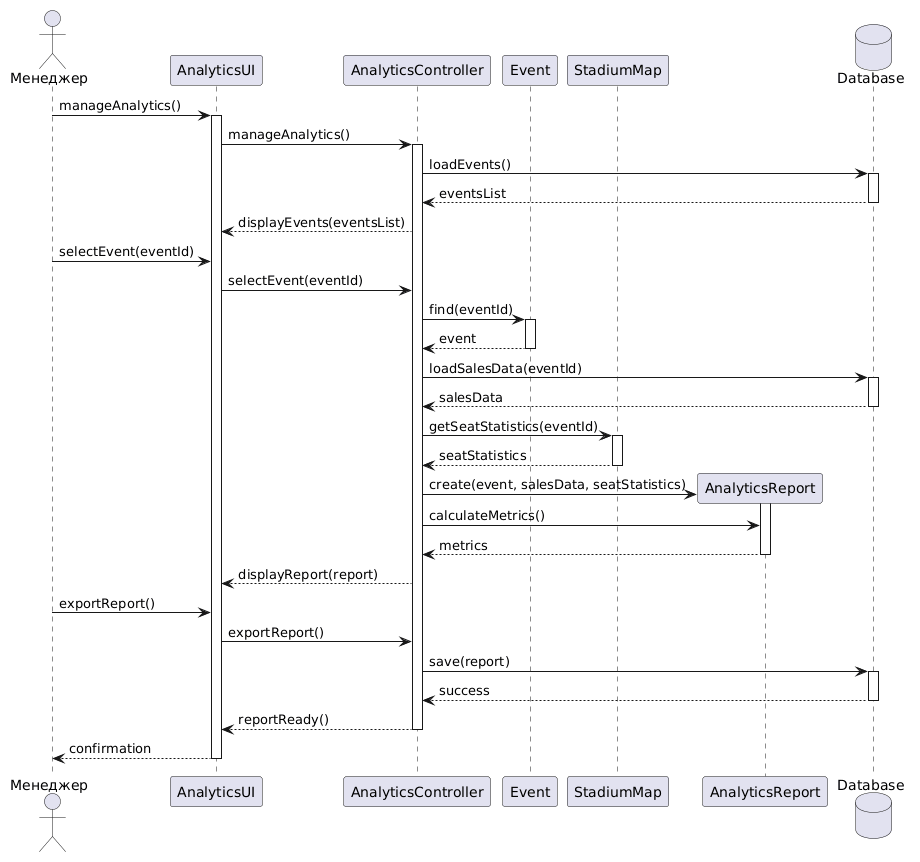
Earlier version of the PlantUML export source/diagram4.png (penamarth/bsbo-11-24_team5_var10_football).
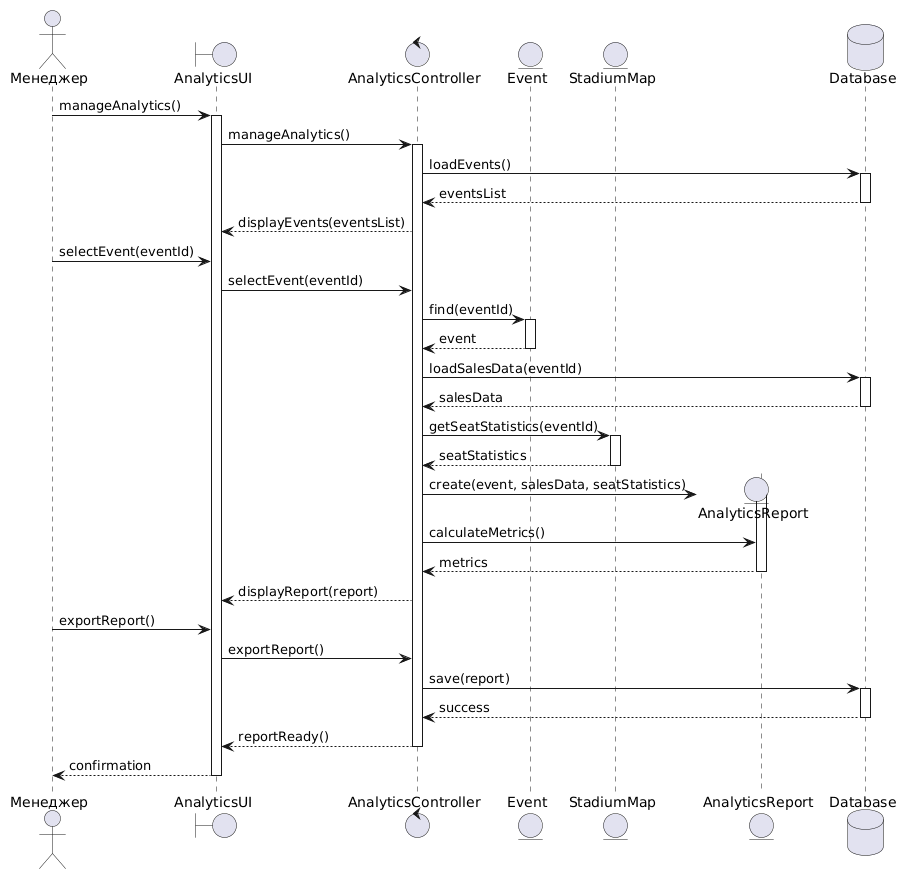
Above is the later version.

Commit message:
Выделил уровень UI в диаграмме аналитики (boundary/control/entity), выровнял текст сценария с диаграммой

The edit, as a diff of the source:
```diff
@@ -1,11 +1,11 @@
 @startuml
 actor "Менеджер" as Manager
 
-participant "AnalyticsUI" as UI
-participant "AnalyticsController" as Controller
-participant "Event" as Event
-participant "StadiumMap" as Map
-participant "AnalyticsReport" as Report
+boundary "AnalyticsUI" as UI
+control "AnalyticsController" as Controller
+entity "Event" as Event
+entity "StadiumMap" as Map
+entity "AnalyticsReport" as Report
 database "Database" as DB
 
 Manager -> UI : manageAnalytics()
```
